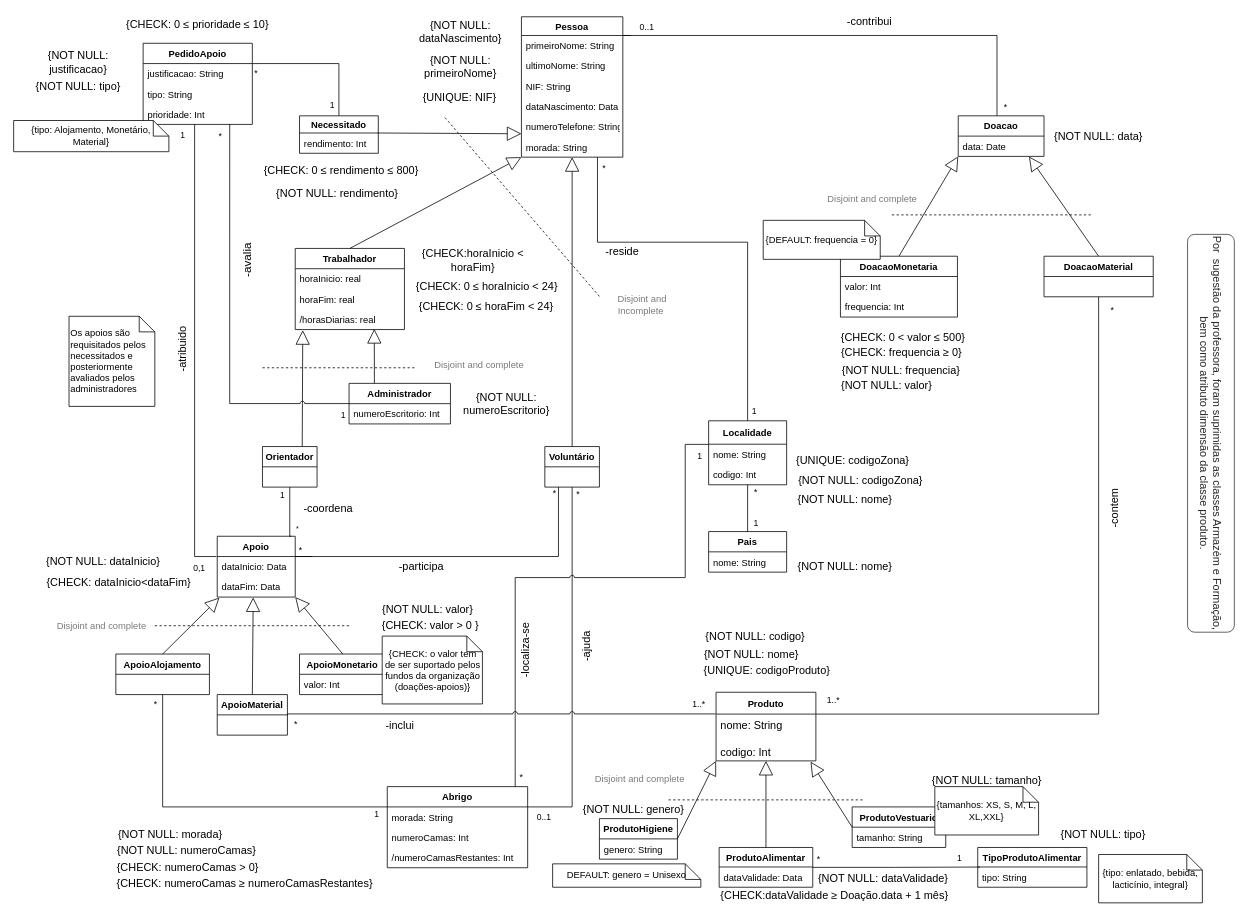
francisco-rente/FEUP-BDAD keeps this draw.io diagram as Delivery_I/diagram.drawio. Above is the earlier version. Source tidied: cells renumbered, new cells numbered last; positions are measured from the earlier drawing's top-left corner, leaving out a move shared by most shapes. Both pictures are drawn from the tidied source at 78%, with x=0, y=0 at pixel (13, 13).
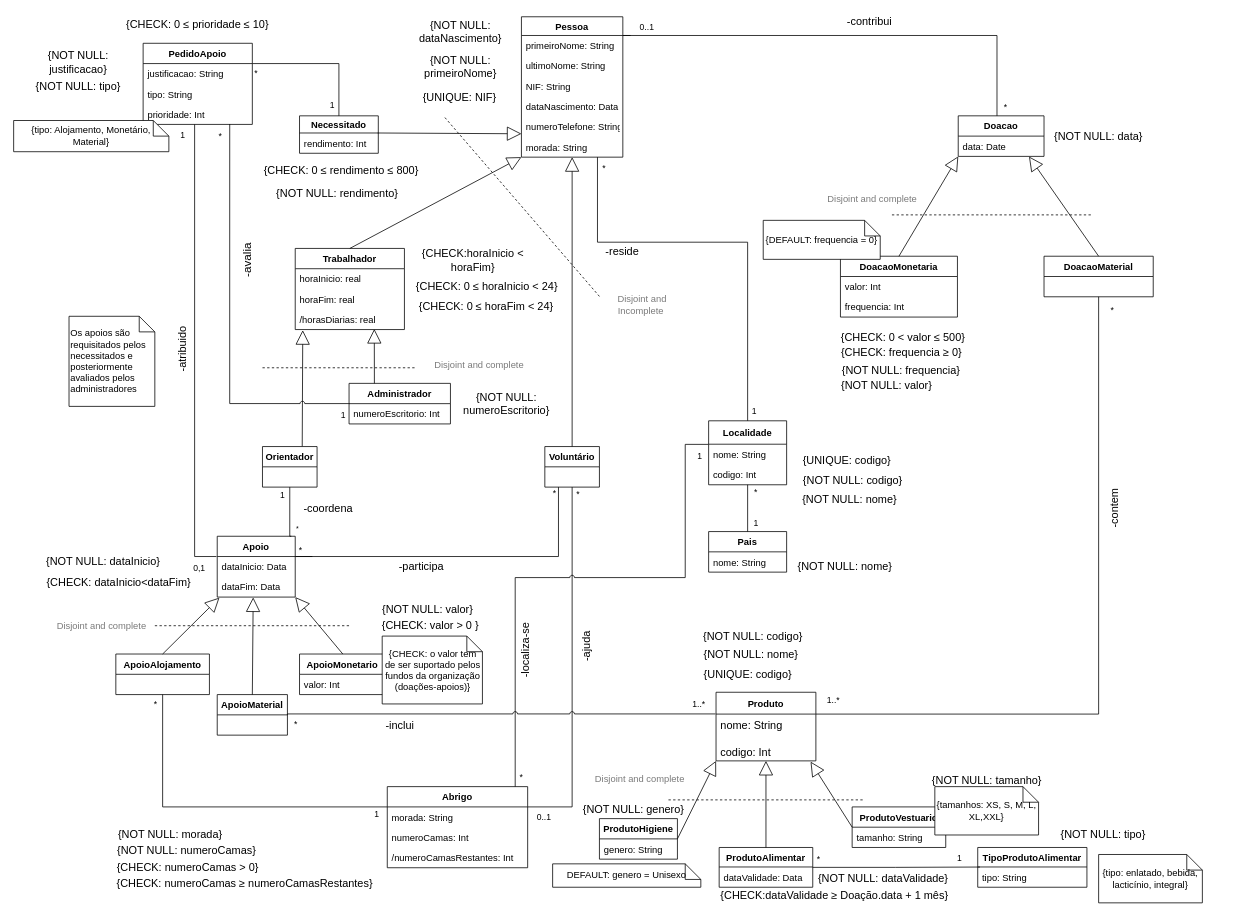
After the change.

Commit message (it also covers changes not shown here):
added tomas' corrections to pdf and UML

Change to the diagram source:
```diff
@@
-    <mxCell id="114" value="{UNIQUE: codigoZona}" style="text;html=1;strokeColor=none;fillColor=none;align=center;verticalAlign=middle;whiteSpace=wrap;rounded=0;fontSize=14;" parent="1" vertex="1">
-      <mxGeometry x="998" y="563" width="156" height="20" as="geometry" />
+    <mxCell id="114" value="{UNIQUE: codigo}" style="text;html=1;strokeColor=none;fillColor=none;align=center;verticalAlign=middle;whiteSpace=wrap;rounded=0;fontSize=14;" parent="1" vertex="1">
+      <mxGeometry x="1000" y="563" width="137" height="20" as="geometry" />
     </mxCell>
@@
-    <mxCell id="130" value="{UNIQUE: codigoProduto}" style="text;html=1;strokeColor=none;fillColor=none;align=center;verticalAlign=middle;whiteSpace=wrap;rounded=0;fontSize=14;" parent="1" vertex="1">
-      <mxGeometry x="865" y="831.5" width="202" height="20" as="geometry" />
+    <mxCell id="130" value="{UNIQUE: codigo}" style="text;html=1;strokeColor=none;fillColor=none;align=center;verticalAlign=middle;whiteSpace=wrap;rounded=0;fontSize=14;" parent="1" vertex="1">
+      <mxGeometry x="883" y="837" width="117" height="20" as="geometry" />
     </mxCell>
@@
-    <mxCell id="165" value="&lt;font style=&quot;font-size: 14px&quot;&gt;{NOT NULL: codigoZona} &lt;/font&gt;" style="text;html=1;strokeColor=none;fillColor=none;align=center;verticalAlign=middle;whiteSpace=wrap;rounded=0;fontSize=12;" parent="1" vertex="1">
-      <mxGeometry x="1001" y="583" width="170" height="32" as="geometry" />
+    <mxCell id="165" value="&lt;font style=&quot;font-size: 14px&quot;&gt;{NOT NULL: codigo} &lt;/font&gt;" style="text;html=1;strokeColor=none;fillColor=none;align=center;verticalAlign=middle;whiteSpace=wrap;rounded=0;fontSize=12;" parent="1" vertex="1">
+      <mxGeometry x="1010" y="583" width="132" height="32" as="geometry" />
     </mxCell>
@@
     <mxCell id="167" value="&lt;font style=&quot;font-size: 14px&quot;&gt;{NOT NULL: nome} &lt;/font&gt;" style="text;html=1;strokeColor=none;fillColor=none;align=center;verticalAlign=middle;whiteSpace=wrap;rounded=0;fontSize=12;" parent="1" vertex="1">
-      <mxGeometry x="1001" y="607" width="130" height="32" as="geometry" />
+      <mxGeometry x="1007" y="607" width="130" height="32" as="geometry" />
     </mxCell>
     <mxCell id="168" value="&lt;font style=&quot;font-size: 14px&quot;&gt;{NOT NULL: nome} &lt;/font&gt;" style="text;html=1;strokeColor=none;fillColor=none;align=center;verticalAlign=middle;whiteSpace=wrap;rounded=0;fontSize=12;" parent="1" vertex="1">
-      <mxGeometry x="881" y="809.5" width="130" height="22" as="geometry" />
+      <mxGeometry x="880" y="809.5" width="131" height="22" as="geometry" />
     </mxCell>
     <mxCell id="169" value="&lt;font style=&quot;font-size: 14px&quot;&gt;{NOT NULL: codigo} &lt;/font&gt;" style="text;html=1;strokeColor=none;fillColor=none;align=center;verticalAlign=middle;whiteSpace=wrap;rounded=0;fontSize=12;" parent="1" vertex="1">
-      <mxGeometry x="881" y="785.5" width="140" height="24" as="geometry" />
+      <mxGeometry x="883" y="785.5" width="130" height="24" as="geometry" />
     </mxCell>
@@
-    <mxCell id="175" value="&lt;div style=&quot;font-size: 14px&quot;&gt;&lt;font style=&quot;font-size: 14px&quot; color=&quot;#262626&quot;&gt;Por&amp;nbsp; sugestão da professora, foram suprimidas as classes Armazém e Formação, bem como atributo dimensão da classe produto.&lt;/font&gt;&lt;/div&gt;" style="rounded=1;whiteSpace=wrap;html=1;rotation=90;strokeColor=#363636;" parent="1" vertex="1">
-      <mxGeometry x="1280" y="508" width="510" height="60" as="geometry" />
-    </mxCell>
```
